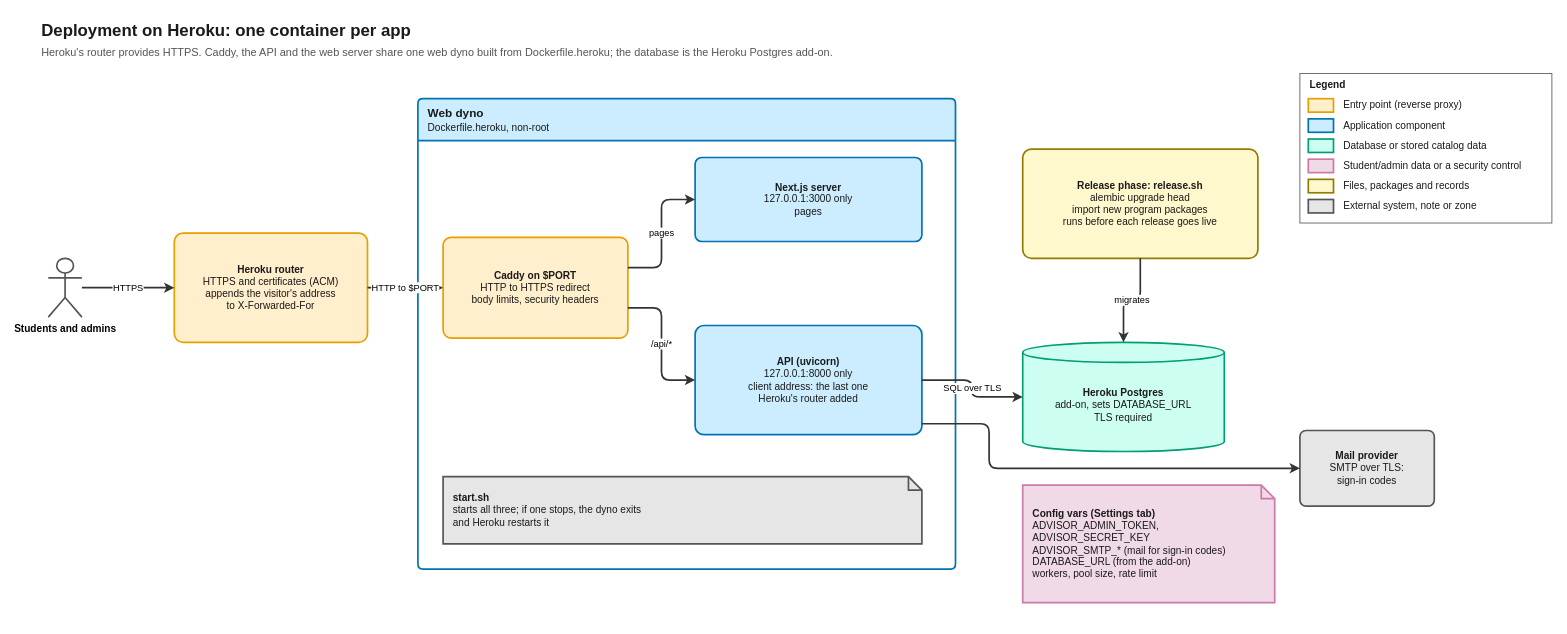
Above: docs/diagrams/01b-heroku.drawio in zaniixx/AUIB-Academic-Advisor (draw.io), before the change. Source tidied: cells renumbered, new cells numbered last; positions are measured from the earlier drawing's top-left corner, leaving out a move shared by most shapes. Both pictures are drawn from the tidied source at 84%, with x=0, y=0 at pixel (39, 14).
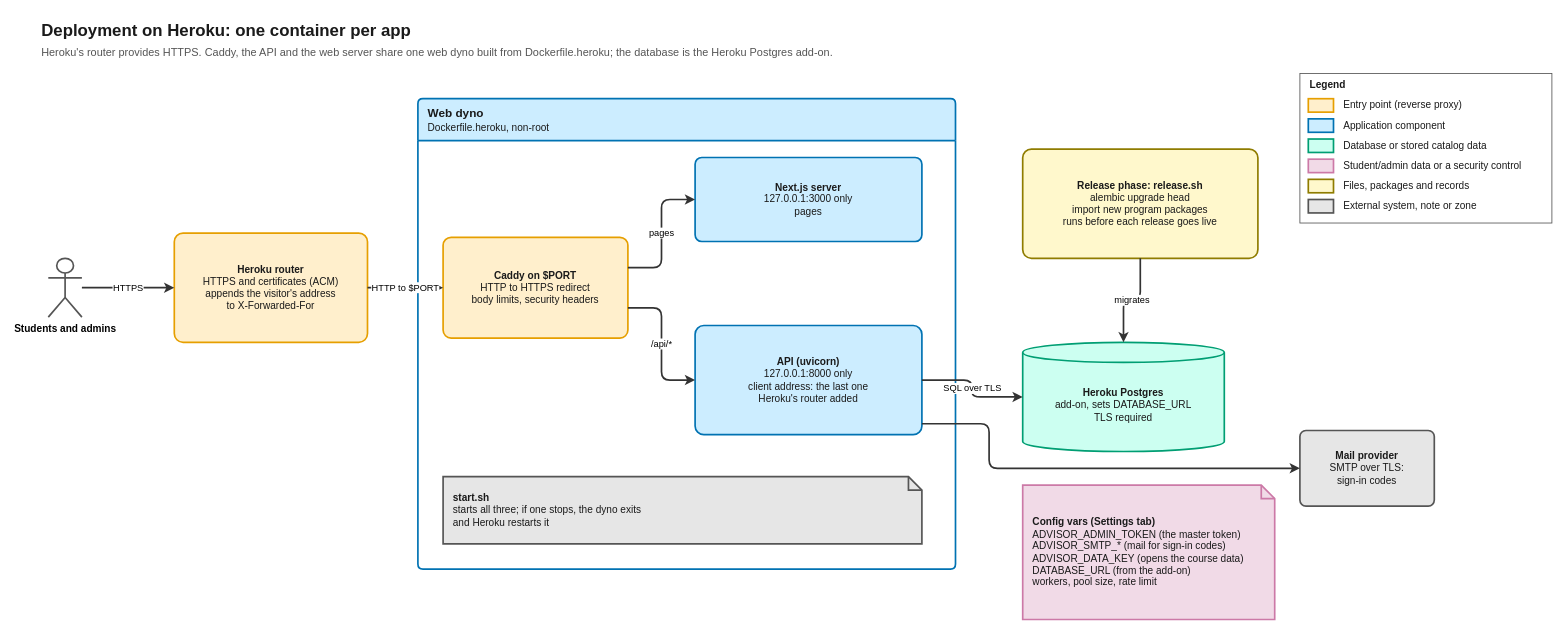
The same diagram, later.

What changed in the source:
```diff
@@
-    <mxCell id="12" value="&lt;b&gt;Config vars (Settings tab)&lt;/b&gt;&lt;br&gt;ADVISOR_ADMIN_TOKEN, ADVISOR_SECRET_KEY&lt;br&gt;ADVISOR_SMTP_* (mail for sign-in codes)&lt;br&gt;DATABASE_URL (from the add-on)&lt;br&gt;workers, pool size, rate limit" style="shape=note;size=16;whiteSpace=wrap;html=1;fillColor=#f1dae7;strokeColor=#cc79a7;fontColor=#1a1a1a;fontFamily=Helvetica;fontSize=12;strokeWidth=2;verticalAlign=middle;align=left;spacingLeft=10;spacingRight=10;" parent="1" vertex="1">
-      <mxGeometry x="1170" y="560" width="300" height="140" as="geometry" />
+    <mxCell id="12" value="&lt;b&gt;Config vars (Settings tab)&lt;/b&gt;&lt;br&gt;ADVISOR_ADMIN_TOKEN (the master token)&lt;br&gt;ADVISOR_SMTP_* (mail for sign-in codes)&lt;br&gt;ADVISOR_DATA_KEY (opens the course data)&lt;br&gt;DATABASE_URL (from the add-on)&lt;br&gt;workers, pool size, rate limit" style="shape=note;size=16;whiteSpace=wrap;html=1;fillColor=#f1dae7;strokeColor=#cc79a7;fontColor=#1a1a1a;fontFamily=Helvetica;fontSize=12;strokeWidth=2;verticalAlign=middle;align=left;spacingLeft=10;spacingRight=10;" parent="1" vertex="1">
+      <mxGeometry x="1170" y="560" width="300" height="160" as="geometry" />
     </mxCell>
```
